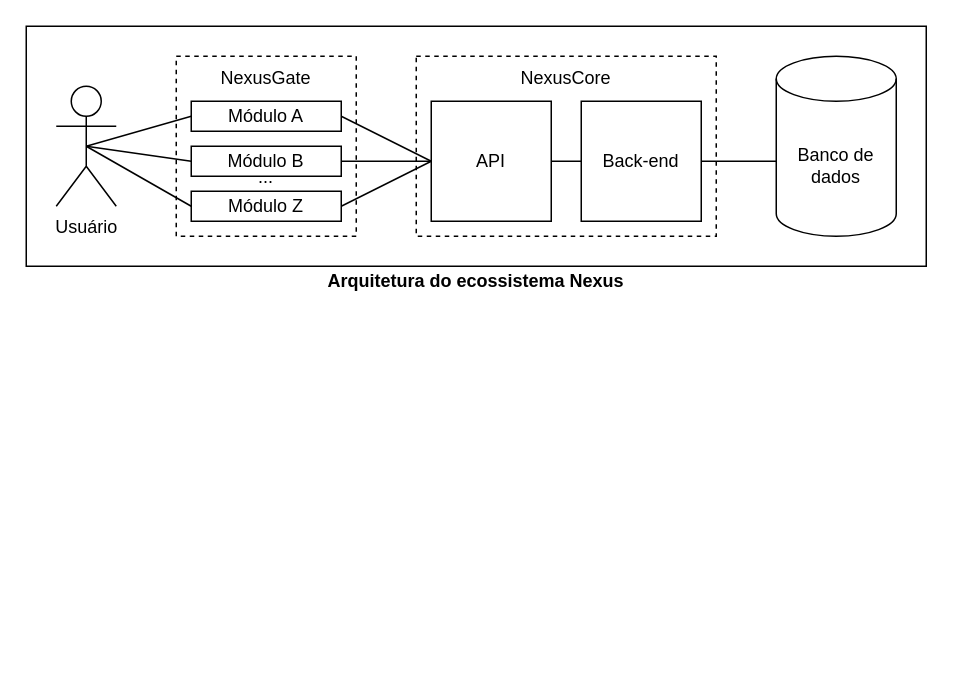
The draw.io diagram page "arquiteturas" (2 of 2) of docs/diagramas.drawio in therapies-love-kids/nexus, before the edit. Source tidied: cells renumbered, new cells numbered last; positions are measured from the earlier drawing's top-left corner, leaving out a move shared by most shapes. Both pictures are drawn from the tidied source at 150%, with x=0, y=0 at pixel (26, 26).
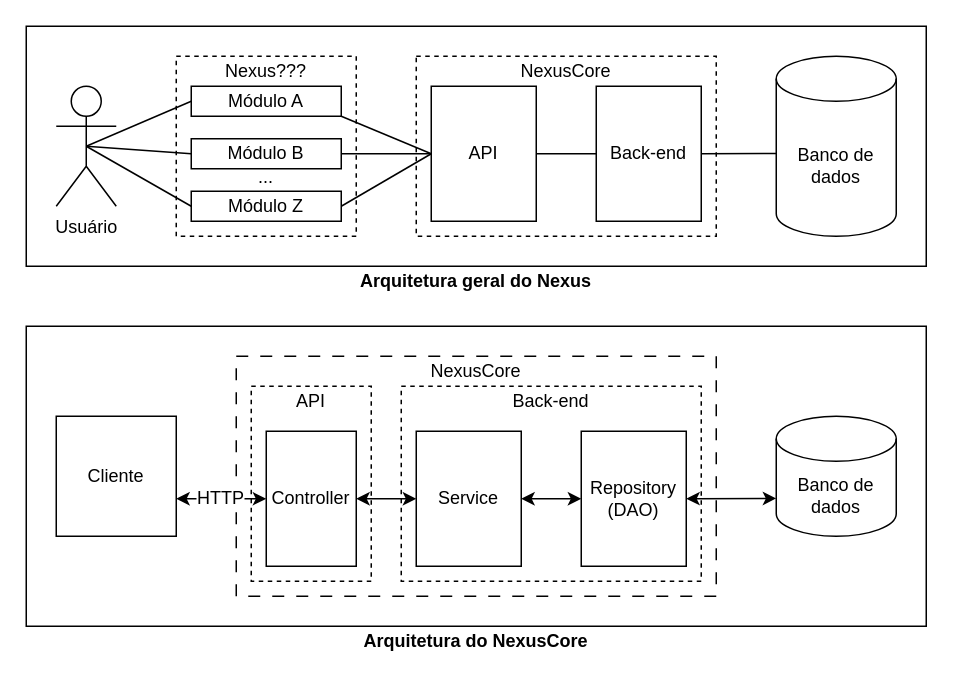
The same diagram, later.

The change refers to these unchanged cells:
```xml
<mxCell id="11" value="&lt;div&gt;Usuário&lt;/div&gt;" style="shape=umlActor;verticalLabelPosition=bottom;verticalAlign=top;html=1;outlineConnect=0;" parent="1" vertex="1">
  <mxGeometry x="20" y="40" width="40" height="80" as="geometry" />
</mxCell>
```

Change to the diagram source:
```diff
@@
+    <mxCell id="24" style="rounded=0;whiteSpace=wrap;html=1;fillColor=none;" parent="1" vertex="1">
+      <mxGeometry y="200" width="600" height="200" as="geometry" />
+    </mxCell>
+    <mxCell id="25" style="rounded=0;whiteSpace=wrap;html=1;fillColor=none;dashed=1;dashPattern=8 8;" parent="1" vertex="1">
+      <mxGeometry x="140" y="220" width="320" height="160" as="geometry" />
+    </mxCell>
+    <mxCell id="26" style="rounded=0;whiteSpace=wrap;html=1;fillColor=none;dashed=1;" parent="1" vertex="1">
+      <mxGeometry x="250" y="240" width="200" height="130" as="geometry" />
+    </mxCell>
@@
-    <mxCell id="3" value="&lt;b&gt;Arquitetura do ecossistema Nexus&lt;/b&gt;" style="text;html=1;align=center;verticalAlign=middle;whiteSpace=wrap;rounded=0;" parent="1" vertex="1">
+    <mxCell id="3" value="&lt;b&gt;Arquitetura geral do Nexus&lt;/b&gt;" style="text;html=1;align=center;verticalAlign=middle;whiteSpace=wrap;rounded=0;" parent="1" vertex="1">
       <mxGeometry y="160" width="600" height="20" as="geometry" />
     </mxCell>
@@
     <mxCell id="5" value="API" style="rounded=0;whiteSpace=wrap;html=1;" parent="1" vertex="1">
-      <mxGeometry x="270" y="50" width="80" height="80" as="geometry" />
+      <mxGeometry x="270" y="40" width="70" height="90" as="geometry" />
     </mxCell>
-    <mxCell id="6" value="Back-end" style="rounded=0;whiteSpace=wrap;html=1;" parent="1" vertex="1">
-      <mxGeometry x="370" y="50" width="80" height="80" as="geometry" />
+    <mxCell id="6" value="&lt;div&gt;Back-end&lt;br&gt;&lt;/div&gt;" style="rounded=0;whiteSpace=wrap;html=1;" parent="1" vertex="1">
+      <mxGeometry x="380" y="40" width="70" height="90" as="geometry" />
     </mxCell>
     <mxCell id="7" value="NexusCore" style="text;html=1;align=center;verticalAlign=middle;whiteSpace=wrap;rounded=0;fontStyle=0;dashed=1;" parent="1" vertex="1">
-      <mxGeometry x="260" y="20" width="200" height="30" as="geometry" />
+      <mxGeometry x="260" y="20" width="200" height="20" as="geometry" />
     </mxCell>
-    <mxCell id="8" style="endArrow=none;html=1;rounded=0;exitX=0.002;exitY=0.583;exitDx=0;exitDy=0;entryX=1;entryY=0.5;entryDx=0;entryDy=0;exitPerimeter=0;" parent="1" edge="1" source="10" target="6">
-      <mxGeometry relative="1" as="geometry" />
-    </mxCell>
@@
     <mxCell id="10" value="Banco de dados" style="shape=cylinder3;whiteSpace=wrap;html=1;boundedLbl=1;backgroundOutline=1;size=15;" parent="1" vertex="1">
-      <mxGeometry x="500" y="20" width="80" height="120" as="geometry" />
+      <mxGeometry x="500" y="260" width="80" height="80" as="geometry" />
     </mxCell>
@@
     <mxCell id="13" value="Módulo A" style="rounded=0;whiteSpace=wrap;html=1;" parent="1" vertex="1">
-      <mxGeometry x="110" y="50" width="100" height="20" as="geometry" />
+      <mxGeometry x="110" y="40" width="100" height="20" as="geometry" />
     </mxCell>
-    <mxCell id="14" value="NexusGate" style="text;html=1;align=center;verticalAlign=middle;whiteSpace=wrap;rounded=0;" parent="1" vertex="1">
-      <mxGeometry x="100" y="20" width="120" height="30" as="geometry" />
+    <mxCell id="14" value="Nexus???" style="text;html=1;align=center;verticalAlign=middle;whiteSpace=wrap;rounded=0;" parent="1" vertex="1">
+      <mxGeometry x="100" y="20" width="120" height="20" as="geometry" />
     </mxCell>
     <mxCell id="15" value="Módulo B" style="rounded=0;whiteSpace=wrap;html=1;" parent="1" vertex="1">
-      <mxGeometry x="110" y="80" width="100" height="20" as="geometry" />
+      <mxGeometry x="110" y="75" width="100" height="20" as="geometry" />
     </mxCell>
@@
-    <mxCell id="19" style="endArrow=none;html=1;rounded=0;exitX=0;exitY=0.5;exitDx=0;exitDy=0;entryX=0.5;entryY=0.5;entryDx=0;entryDy=0;entryPerimeter=0;" parent="1" edge="1" source="15" target="11">
-      <mxGeometry relative="1" as="geometry" />
+    <mxCell id="19" style="endArrow=none;html=1;rounded=0;exitX=0;exitY=0.5;exitDx=0;exitDy=0;" parent="1" edge="1" source="15">
+      <mxGeometry relative="1" as="geometry">
+        <mxPoint x="40" y="80" as="targetPoint" />
+      </mxGeometry>
     </mxCell>
@@
     <mxCell id="22" style="endArrow=none;html=1;rounded=0;exitX=1;exitY=0.5;exitDx=0;exitDy=0;" parent="1" edge="1" source="15">
       <mxGeometry relative="1" as="geometry">
-        <mxPoint x="270" y="90" as="targetPoint" />
+        <mxPoint x="270" y="85" as="targetPoint" />
       </mxGeometry>
     </mxCell>
@@
+    <mxCell id="27" value="NexusCore" style="text;html=1;align=center;verticalAlign=middle;whiteSpace=wrap;rounded=0;fontStyle=0;" parent="1" vertex="1">
+      <mxGeometry x="140" y="220" width="320" height="20" as="geometry" />
+    </mxCell>
+    <mxCell id="28" style="rounded=0;whiteSpace=wrap;html=1;fillColor=none;dashed=1;" parent="1" vertex="1">
+      <mxGeometry x="150" y="240" width="80" height="130" as="geometry" />
+    </mxCell>
+    <mxCell id="29" value="Service" style="rounded=0;whiteSpace=wrap;html=1;" parent="1" vertex="1">
+      <mxGeometry x="260" y="270" width="70" height="90" as="geometry" />
+    </mxCell>
+    <mxCell id="30" value="&lt;div&gt;Repository (DAO)&lt;/div&gt;" style="rounded=0;whiteSpace=wrap;html=1;" parent="1" vertex="1">
+      <mxGeometry x="370" y="270" width="70" height="90" as="geometry" />
+    </mxCell>
+    <mxCell id="31" style="endArrow=classic;startArrow=classic;html=1;rounded=0;exitX=1;exitY=0.5;exitDx=0;exitDy=0;entryX=0;entryY=0.5;entryDx=0;entryDy=0;" parent="1" edge="1" source="34" target="29">
+      <mxGeometry relative="1" as="geometry" />
+    </mxCell>
+    <mxCell id="32" style="endArrow=classic;startArrow=classic;html=1;rounded=0;exitX=0;exitY=0.5;exitDx=0;exitDy=0;entryX=1;entryY=0.5;entryDx=0;entryDy=0;" parent="1" edge="1" source="30" target="29">
+      <mxGeometry relative="1" as="geometry" />
+    </mxCell>
+    <mxCell id="33" value="Back-end" style="text;html=1;align=center;verticalAlign=middle;whiteSpace=wrap;rounded=0;fontStyle=0;dashed=1;" parent="1" vertex="1">
+      <mxGeometry x="250" y="240" width="200" height="20" as="geometry" />
+    </mxCell>
+    <mxCell id="34" value="Controller" style="rounded=0;whiteSpace=wrap;html=1;" parent="1" vertex="1">
+      <mxGeometry x="160" y="270" width="60" height="90" as="geometry" />
+    </mxCell>
+    <mxCell id="35" value="API" style="text;html=1;align=center;verticalAlign=middle;whiteSpace=wrap;rounded=0;fontStyle=0;dashed=1;" parent="1" vertex="1">
+      <mxGeometry x="150" y="240" width="80" height="20" as="geometry" />
+    </mxCell>
+    <mxCell id="36" style="endArrow=none;html=1;rounded=0;exitX=1;exitY=0.5;exitDx=0;exitDy=0;entryX=0;entryY=0.5;entryDx=0;entryDy=0;" parent="1" edge="1" source="6">
+      <mxGeometry relative="1" as="geometry">
+        <mxPoint x="500" y="84.8" as="targetPoint" />
+      </mxGeometry>
+    </mxCell>
+    <mxCell id="37" style="endArrow=classic;startArrow=classic;html=1;rounded=0;exitX=0;exitY=0.5;exitDx=0;exitDy=0;entryX=1;entryY=0.5;entryDx=0;entryDy=0;" parent="1" edge="1" target="30">
+      <mxGeometry relative="1" as="geometry">
+        <mxPoint x="500" y="314.8" as="sourcePoint" />
+      </mxGeometry>
+    </mxCell>
+    <mxCell id="38" value="Banco de dados" style="shape=cylinder3;whiteSpace=wrap;html=1;boundedLbl=1;backgroundOutline=1;size=15;" parent="1" vertex="1">
+      <mxGeometry x="500" y="20" width="80" height="120" as="geometry" />
+    </mxCell>
+    <mxCell id="39" value="Cliente" style="rounded=0;whiteSpace=wrap;html=1;" parent="1" vertex="1">
+      <mxGeometry x="20" y="260" width="80" height="80" as="geometry" />
+    </mxCell>
+    <mxCell id="40" style="endArrow=classic;startArrow=classic;html=1;rounded=0;entryX=0;entryY=0.5;entryDx=0;entryDy=0;" parent="1" edge="1">
+      <mxGeometry relative="1" as="geometry">
+        <mxPoint x="100" y="315" as="sourcePoint" />
+        <mxPoint x="160" y="315" as="targetPoint" />
+      </mxGeometry>
+    </mxCell>
+    <mxCell id="41" value="&lt;b&gt;Arquitetura do NexusCore&lt;/b&gt;" style="text;html=1;align=center;verticalAlign=middle;whiteSpace=wrap;rounded=0;" parent="1" vertex="1">
+      <mxGeometry y="400" width="600" height="20" as="geometry" />
+    </mxCell>
+    <mxCell id="42" value="HTTP" style="text;html=1;align=center;verticalAlign=middle;whiteSpace=wrap;rounded=0;labelBackgroundColor=default;" parent="1" vertex="1">
+      <mxGeometry x="100" y="307.5" width="60" height="15" as="geometry" />
+    </mxCell>
```
